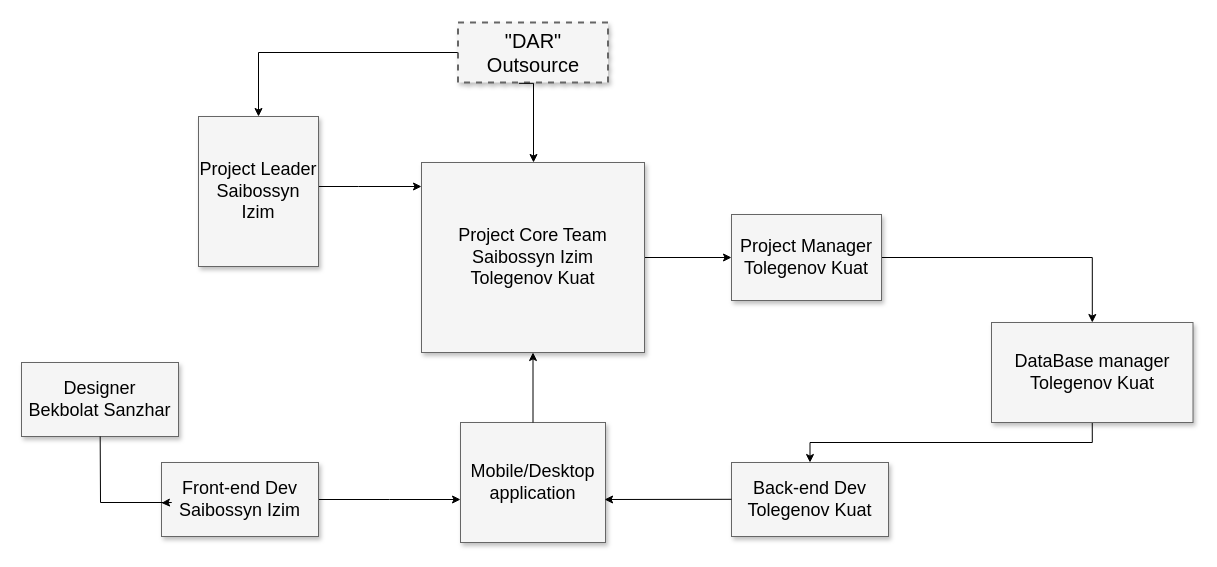
Above: Mapped.drawio in Sanzhaarr/MAPPED (draw.io), before the change. Source tidied: cells renumbered, new cells numbered last; positions are measured from the earlier drawing's top-left corner, leaving out a move shared by most shapes. Both pictures are drawn from the tidied source at 100%, with x=0, y=0 at pixel (21, 22).
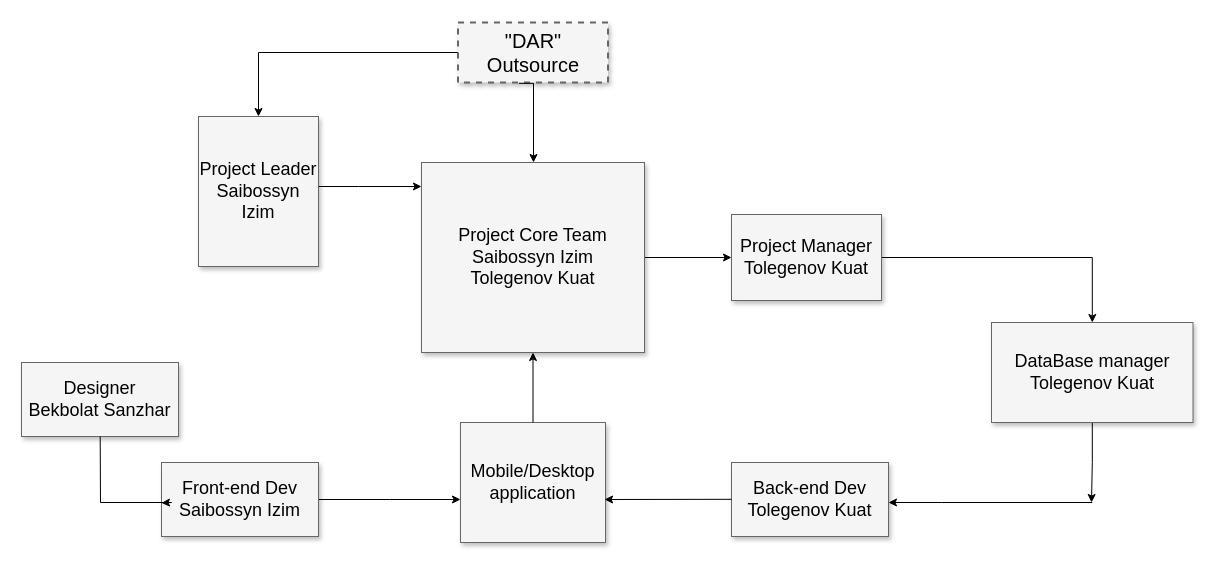
After the change.

Unchanged cells that the change refers to:
```xml
<mxCell id="11" value="DataBase manager&lt;br&gt;Tolegenov Kuat" style="whiteSpace=wrap;html=1;shadow=1;fontSize=18;fillColor=#f5f5f5;strokeColor=#666666;" parent="1" vertex="1">
  <mxGeometry x="970" y="300" width="201.5" height="100" as="geometry" />
</mxCell>
<mxCell id="18" value="Back-end Dev&lt;br&gt;Tolegenov Kuat" style="whiteSpace=wrap;html=1;shadow=1;fontSize=18;fillColor=#f5f5f5;strokeColor=#666666;" parent="1" vertex="1">
  <mxGeometry x="710" y="440" width="157" height="74" as="geometry" />
</mxCell>
```

What changed in the source:
```diff
@@
-    <mxCell id="10" style="edgeStyle=orthogonalEdgeStyle;rounded=0;jettySize=auto;html=1;exitX=0.5;exitY=1;exitDx=0;exitDy=0;" parent="1" edge="1" source="11" target="18">
-      <mxGeometry relative="1" as="geometry" />
-    </mxCell>
+    <mxCell id="21" style="edgeStyle=orthogonalEdgeStyle;rounded=0;jettySize=auto;html=1;" parent="1" edge="1" source="11">
+      <mxGeometry relative="1" as="geometry">
+        <mxPoint x="1070" y="480" as="targetPoint" />
+      </mxGeometry>
+    </mxCell>
@@
+    <mxCell id="22" style="edgeStyle=orthogonalEdgeStyle;rounded=0;jettySize=auto;html=1;" parent="1" edge="1" target="18">
+      <mxGeometry relative="1" as="geometry">
+        <mxPoint x="1070.8" y="480" as="sourcePoint" />
+        <Array as="points">
+          <mxPoint x="920" y="480" />
+          <mxPoint x="920" y="480" />
+        </Array>
+      </mxGeometry>
+    </mxCell>
```
